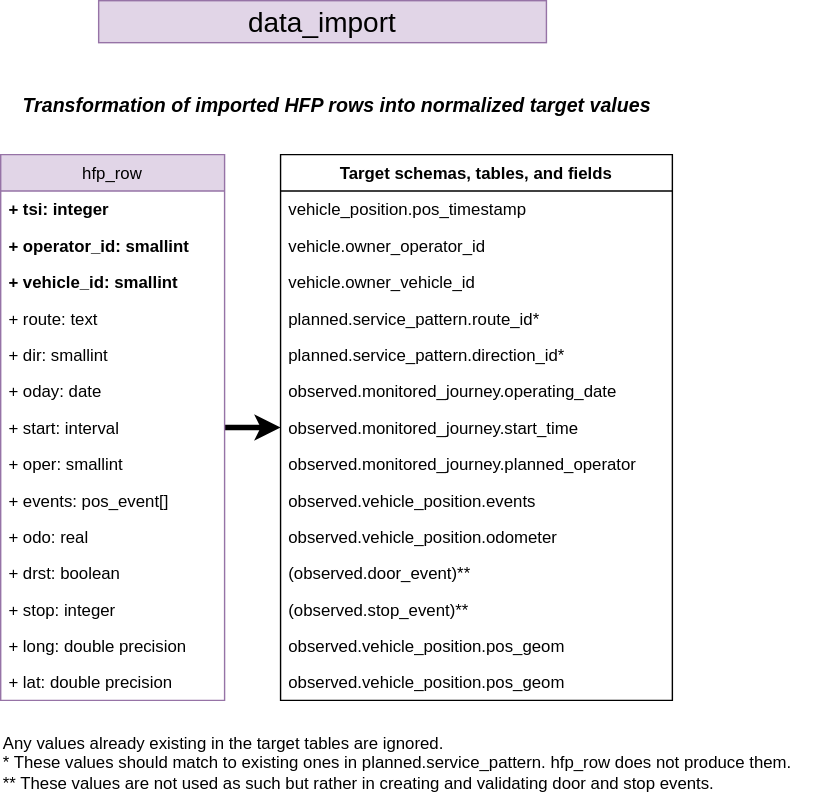
HSLdevcom/toimivuus keeps this draw.io diagram as docs/import-schema.svg. Above is the earlier version. Source tidied: cells renumbered, new cells last; positions are measured from the earlier drawing's top-left corner, leaving out a move shared by most shapes.
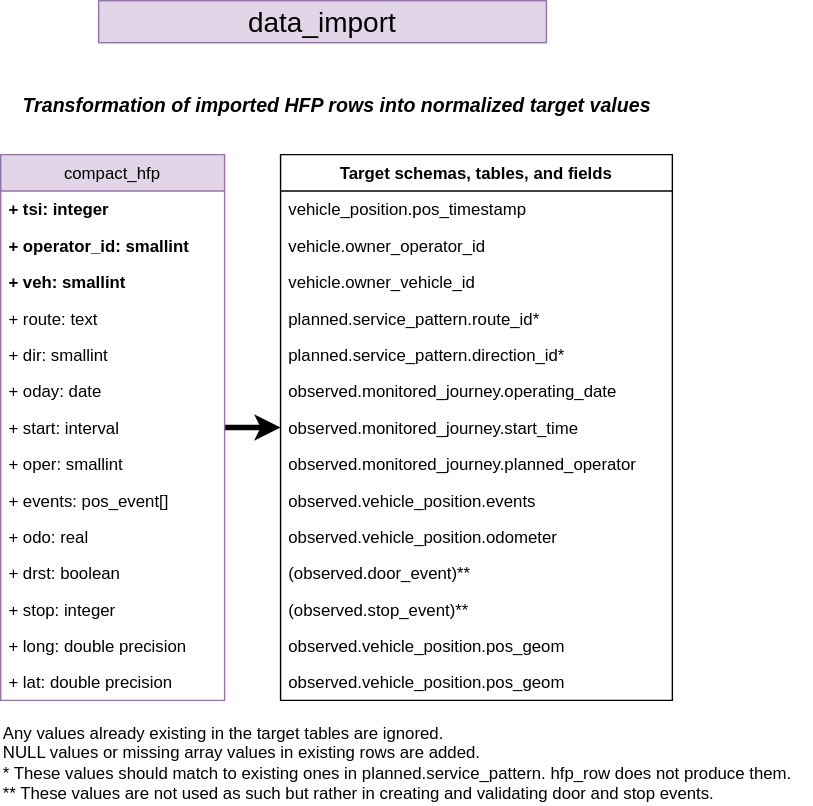
After the commit.

Commit message:
Update data_import diagram

The edit, as a diff of the source:
```diff
@@ -1,11 +1,11 @@
-<mxGraphModel>
+<mxGraphModel background="#ffffff">
   <root>
     <mxCell id="0" />
     <mxCell id="1" parent="0" />
     <mxCell id="2" style="edgeStyle=orthogonalEdgeStyle;rounded=0;jettySize=auto;html=1;strokeWidth=4;" parent="1" edge="1" source="3" target="19">
       <mxGeometry relative="1" as="geometry" />
     </mxCell>
-    <mxCell id="3" value="hfp_row" style="swimlane;fontStyle=0;horizontal=1;startSize=26;fillColor=#e1d5e7;strokeColor=#9673a6;" parent="1" vertex="1">
+    <mxCell id="3" value="compact_hfp" style="swimlane;fontStyle=0;horizontal=1;startSize=26;fillColor=#e1d5e7;strokeColor=#9673a6;" parent="1" vertex="1">
       <mxGeometry y="110" width="160" height="390" as="geometry" />
     </mxCell>
     <mxCell id="4" value="+ tsi: integer" style="text;strokeColor=none;fillColor=none;align=left;verticalAlign=top;spacingLeft=4;spacingRight=4;overflow=hidden;fontStyle=1;" parent="3" vertex="1">
@@ -14,7 +14,7 @@
     <mxCell id="5" value="+ operator_id: smallint" style="text;strokeColor=none;fillColor=none;align=left;verticalAlign=top;spacingLeft=4;spacingRight=4;overflow=hidden;fontStyle=1;" parent="3" vertex="1">
       <mxGeometry y="52" width="160" height="26" as="geometry" />
     </mxCell>
-    <mxCell id="6" value="+ vehicle_id: smallint" style="text;strokeColor=none;fillColor=none;align=left;verticalAlign=top;spacingLeft=4;spacingRight=4;overflow=hidden;fontStyle=1;" parent="3" vertex="1">
+    <mxCell id="6" value="+ veh: smallint" style="text;strokeColor=none;fillColor=none;align=left;verticalAlign=top;spacingLeft=4;spacingRight=4;overflow=hidden;fontStyle=1;" parent="3" vertex="1">
       <mxGeometry y="78" width="160" height="26" as="geometry" />
     </mxCell>
     <mxCell id="7" value="+ route: text" style="text;strokeColor=none;fillColor=none;align=left;verticalAlign=top;spacingLeft=4;spacingRight=4;overflow=hidden;" parent="3" vertex="1">
@@ -98,8 +98,8 @@
     <mxCell id="33" value="observed.vehicle_position.pos_geom" style="text;strokeColor=none;fillColor=none;align=left;verticalAlign=top;spacingLeft=4;spacingRight=4;overflow=hidden;" parent="19" vertex="1">
       <mxGeometry y="364" width="280" height="26" as="geometry" />
     </mxCell>
-    <mxCell id="34" value="Any values already existing in the target tables are ignored.&lt;br&gt;* These values should match to existing ones in planned.service_pattern. hfp_row does not produce them.&lt;br&gt;** These values are not used as such but rather in creating and validating door and stop events.&amp;nbsp;" style="text;html=1;align=left;verticalAlign=middle;" parent="1" vertex="1">
-      <mxGeometry y="520" width="580" height="50" as="geometry" />
+    <mxCell id="34" value="Any values already existing in the target tables are ignored.&lt;br&gt;NULL values or missing array values in existing rows are added.&lt;br&gt;* These values should match to existing ones in planned.service_pattern. hfp_row does not produce them.&lt;br&gt;** These values are not used as such but rather in creating and validating door and stop events.&amp;nbsp;" style="text;html=1;align=left;verticalAlign=middle;" parent="1" vertex="1">
+      <mxGeometry y="515" width="580" height="60" as="geometry" />
     </mxCell>
     <mxCell id="35" value="&lt;i&gt;&lt;b&gt;&lt;font style=&quot;font-size: 14px&quot;&gt;Transformation of imported HFP rows into normalized target values&lt;/font&gt;&lt;/b&gt;&lt;/i&gt;" style="text;html=1;align=center;verticalAlign=middle;" parent="1" vertex="1">
       <mxGeometry x="10" y="65" width="460" height="20" as="geometry" />
```
